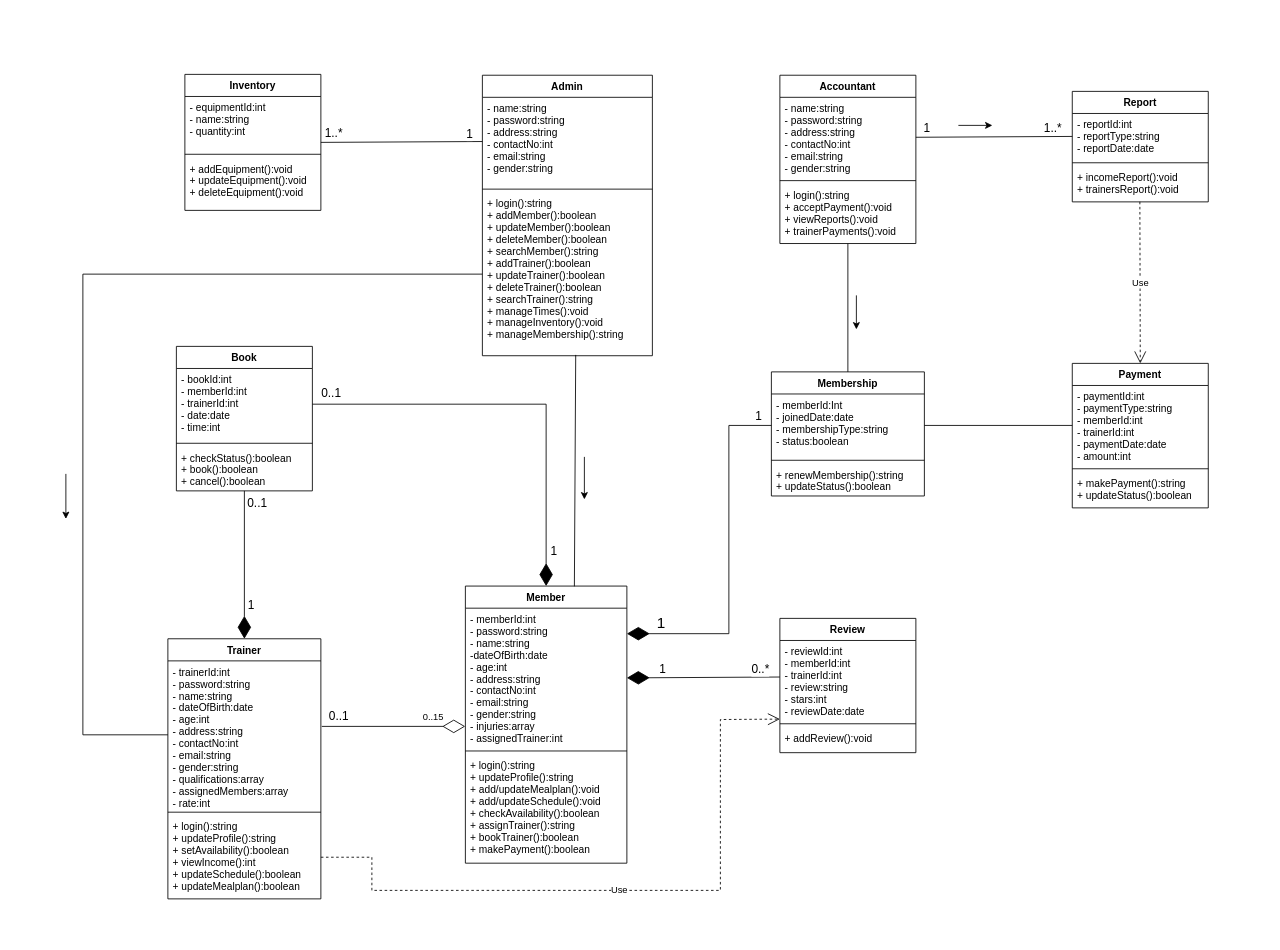
This is Diagram/Class diagram.drawio from AmilaDissanayake/Group_CS21, a draw.io file, before an edit. Source tidied: cells renumbered, new cells numbered last; positions are measured from the earlier drawing's top-left corner, leaving out a move shared by most shapes. Both pictures are drawn from the tidied source at 85%, with x=0, y=0 at pixel (65, 74).
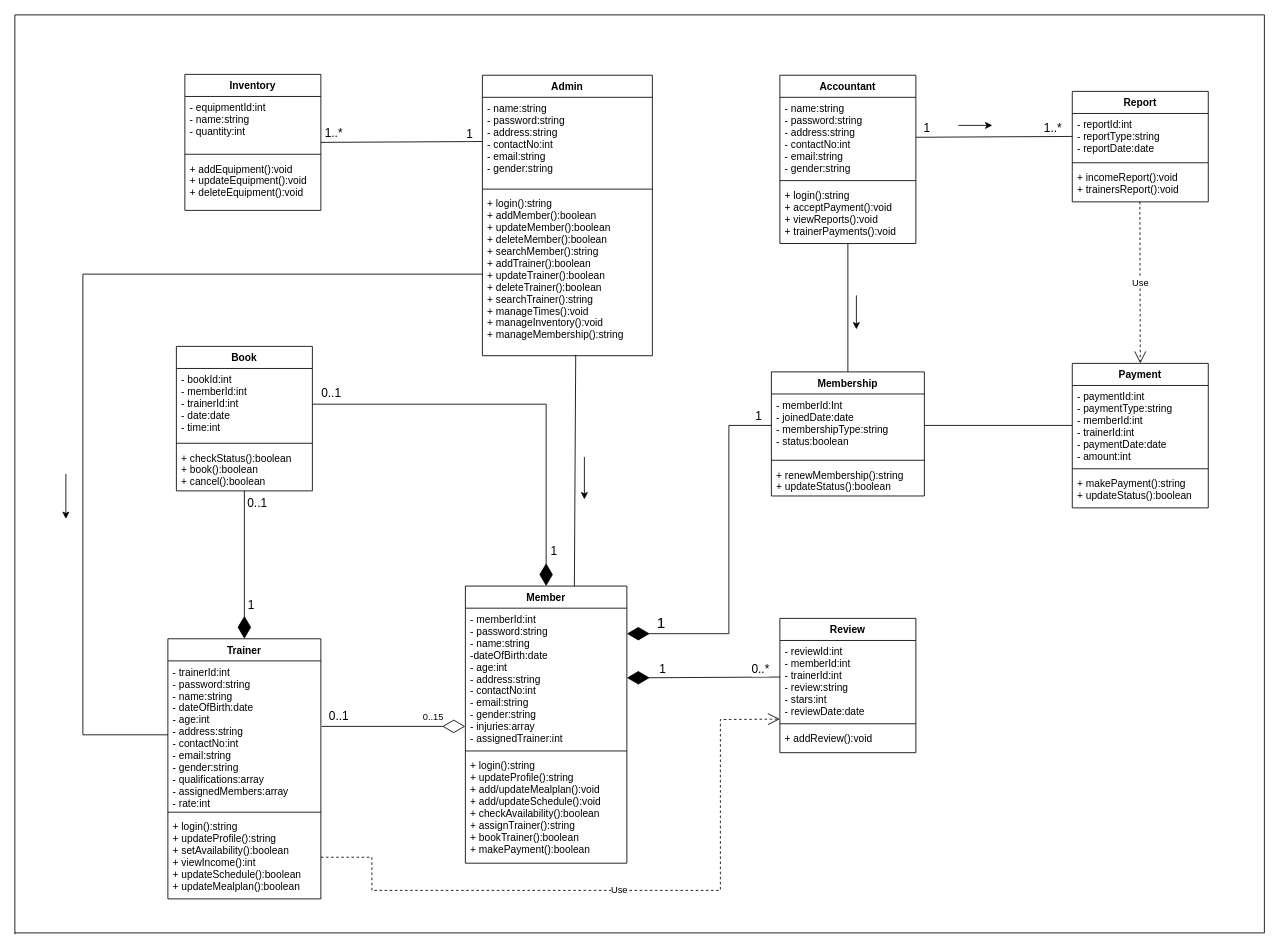
Above is the later version.

Diff of the diagram source:
```diff
@@
+    <mxCell id="73" style="endArrow=none;html=1;" parent="1" edge="1">
+      <mxGeometry relative="1" as="geometry">
+        <mxPoint x="-60" y="-70" as="sourcePoint" />
+        <mxPoint x="-60" y="1011.6" as="targetPoint" />
+      </mxGeometry>
+    </mxCell>
+    <mxCell id="74" style="endArrow=none;html=1;" parent="1" edge="1">
+      <mxGeometry relative="1" as="geometry">
+        <mxPoint x="-60" y="-70" as="sourcePoint" />
+        <mxPoint x="1410" y="-70" as="targetPoint" />
+      </mxGeometry>
+    </mxCell>
+    <mxCell id="75" style="endArrow=none;html=1;" parent="1" edge="1">
+      <mxGeometry relative="1" as="geometry">
+        <mxPoint x="1410" y="-70" as="sourcePoint" />
+        <mxPoint x="1410" y="1010" as="targetPoint" />
+      </mxGeometry>
+    </mxCell>
+    <mxCell id="76" style="endArrow=none;html=1;" parent="1" edge="1">
+      <mxGeometry relative="1" as="geometry">
+        <mxPoint x="-60" y="1010" as="sourcePoint" />
+        <mxPoint x="1410" y="1010" as="targetPoint" />
+      </mxGeometry>
+    </mxCell>
```
